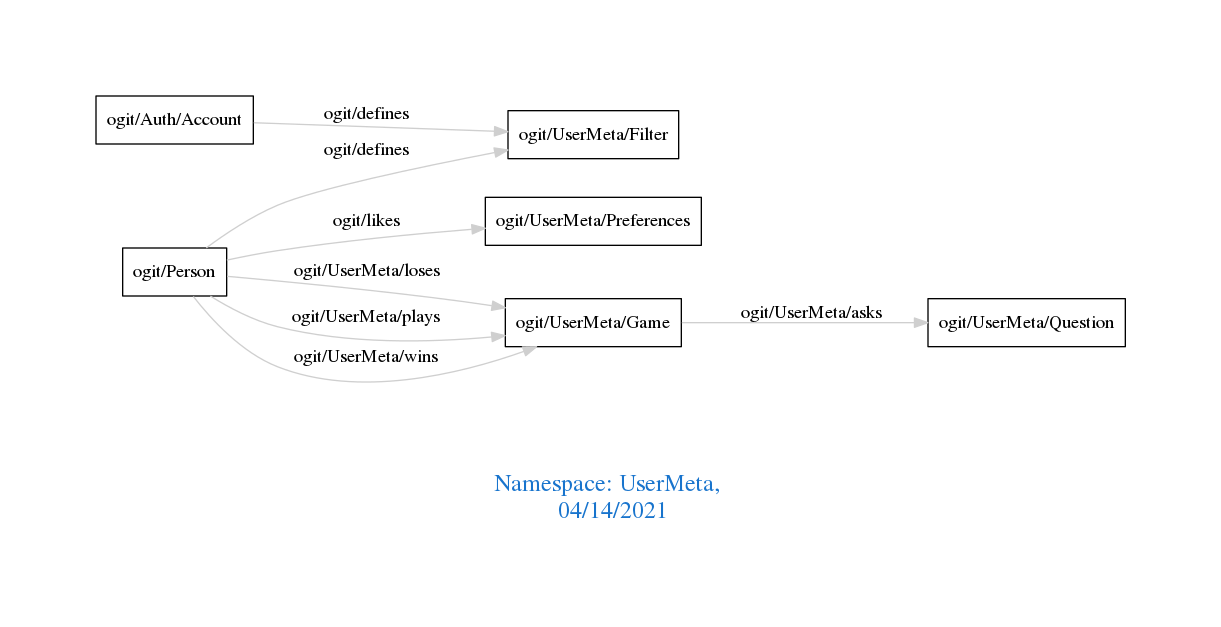
The Graphviz diagram downloads/UserMeta.png in arago/OGIT, before a commit. Its source is kept beside it as downloads/UserMeta.dot.
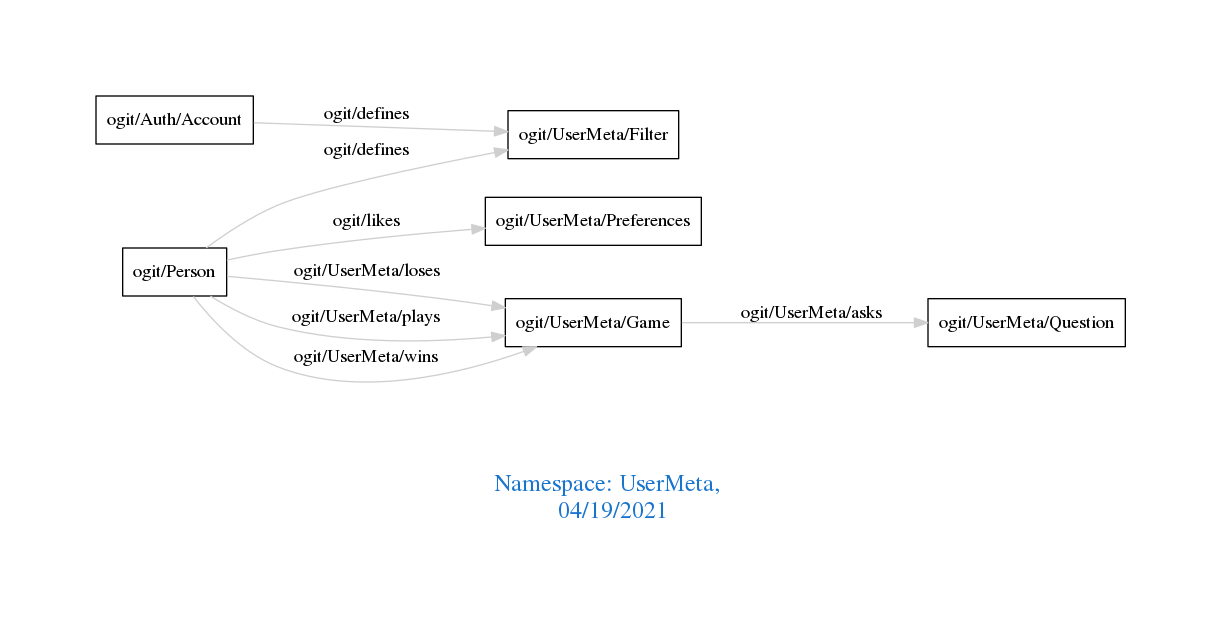
The same file after the commit.

Diff of the diagram source:
```diff
@@ -1,7 +1,7 @@
 digraph OGIT_ontology {
  graph [ rankdir= LR,pad=1
 fontsize = 18,
-fontcolor= dodgerblue3,label = "\n\n\nNamespace: UserMeta, \n 04/14/2021"];
+fontcolor= dodgerblue3,label = "\n\n\nNamespace: UserMeta, \n 04/19/2021"];
 node[shape=polygon];
 edge [  color="gray81"];
 
```
